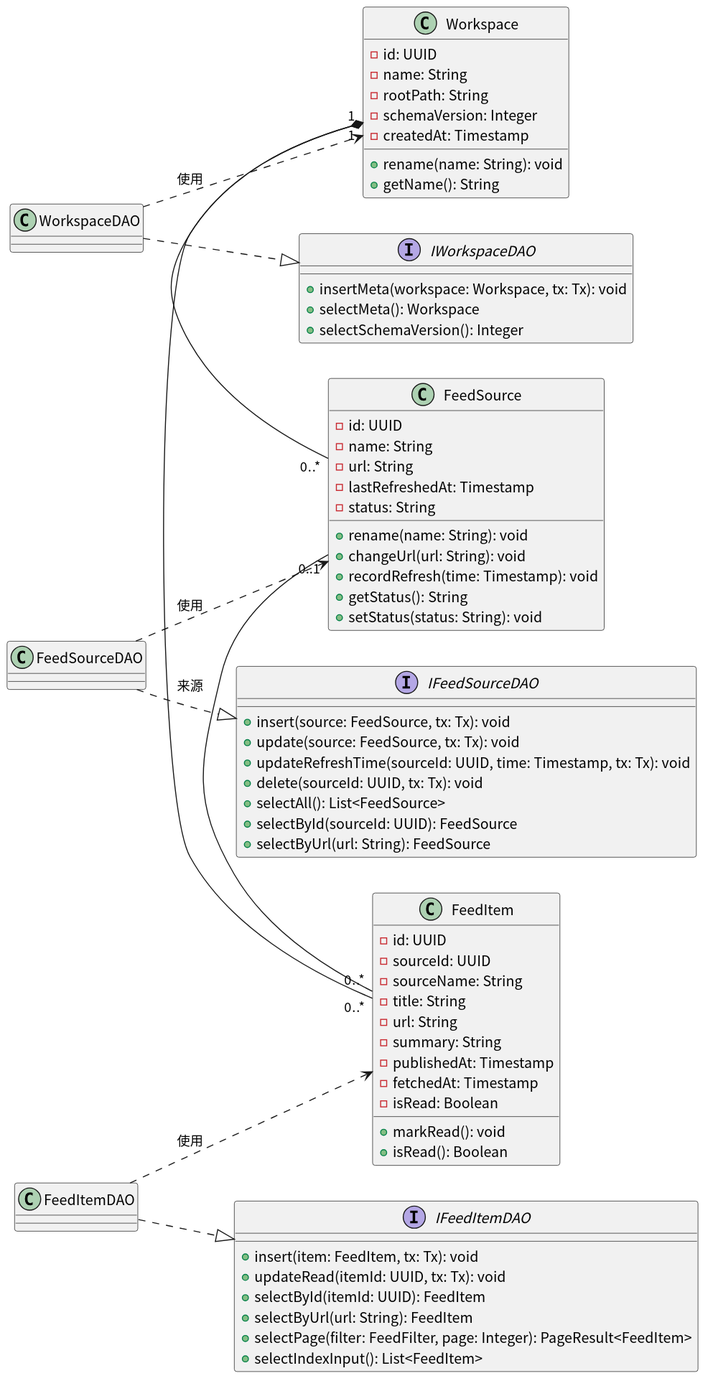
Above: docs/SE_Experiment/design/figures/data-design-1.svg in AlanRosston/labloom (PlantUML), before the change.
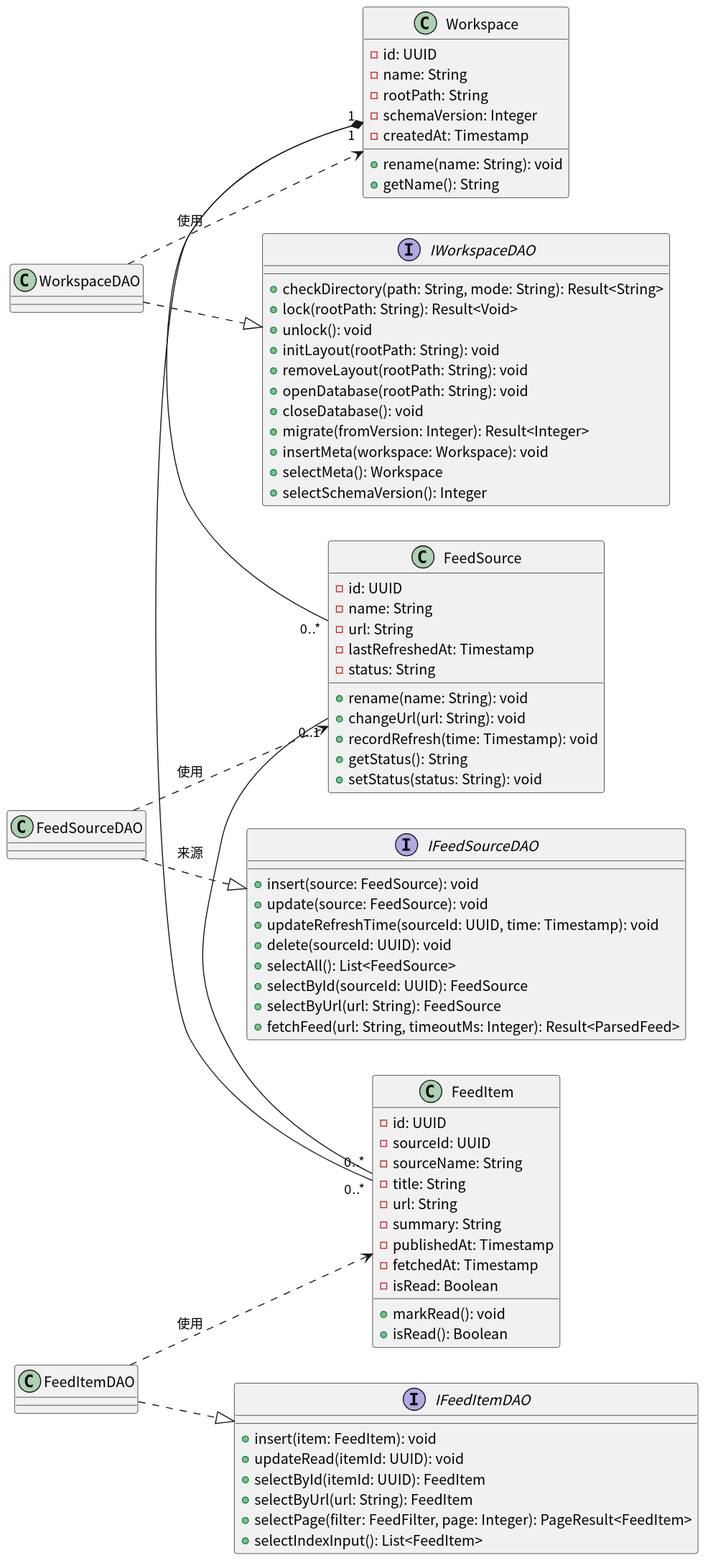
After the change.

What changed in the source:
```diff
@@ -38,22 +38,31 @@
 }
 
 interface IWorkspaceDAO {
-  + insertMeta(workspace: Workspace, tx: Tx): void
+  + checkDirectory(path: String, mode: String): Result<String>
+  + lock(rootPath: String): Result<Void>
+  + unlock(): void
+  + initLayout(rootPath: String): void
+  + removeLayout(rootPath: String): void
+  + openDatabase(rootPath: String): void
+  + closeDatabase(): void
+  + migrate(fromVersion: Integer): Result<Integer>
+  + insertMeta(workspace: Workspace): void
   + selectMeta(): Workspace
   + selectSchemaVersion(): Integer
 }
 interface IFeedSourceDAO {
-  + insert(source: FeedSource, tx: Tx): void
-  + update(source: FeedSource, tx: Tx): void
-  + updateRefreshTime(sourceId: UUID, time: Timestamp, tx: Tx): void
-  + delete(sourceId: UUID, tx: Tx): void
+  + insert(source: FeedSource): void
+  + update(source: FeedSource): void
+  + updateRefreshTime(sourceId: UUID, time: Timestamp): void
+  + delete(sourceId: UUID): void
   + selectAll(): List<FeedSource>
   + selectById(sourceId: UUID): FeedSource
   + selectByUrl(url: String): FeedSource
+  + fetchFeed(url: String, timeoutMs: Integer): Result<ParsedFeed>
 }
 interface IFeedItemDAO {
-  + insert(item: FeedItem, tx: Tx): void
-  + updateRead(itemId: UUID, tx: Tx): void
+  + insert(item: FeedItem): void
+  + updateRead(itemId: UUID): void
   + selectById(itemId: UUID): FeedItem
   + selectByUrl(url: String): FeedItem
   + selectPage(filter: FeedFilter, page: Integer): PageResult<FeedItem>
```
